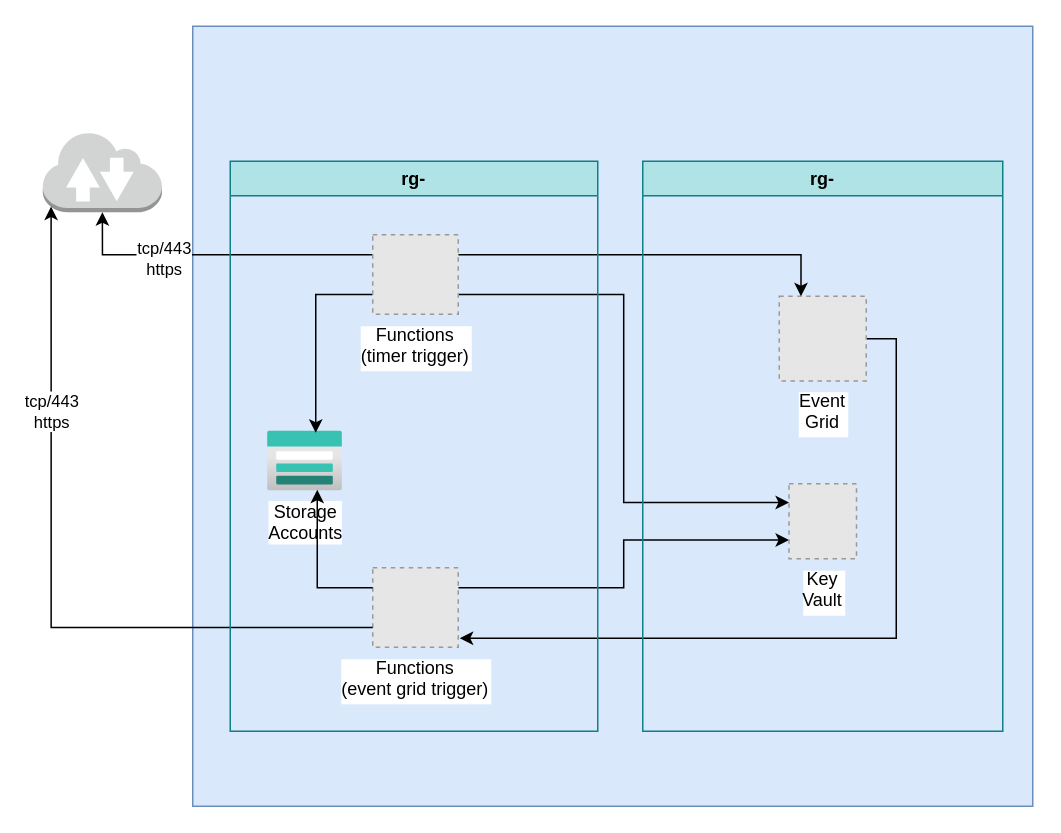
Before: folio/content/ops/arch.drawio in muteheadlight/folio-hugo, a draw.io diagram. Source tidied: cells renumbered, new cells numbered last; positions are measured from the earlier drawing's top-left corner, leaving out a move shared by most shapes. Both pictures are drawn from the tidied source at 150%, with x=0, y=0 at pixel (42, 26). Pictures stored in the file or linked from it are replaced by grey dashed boxes.
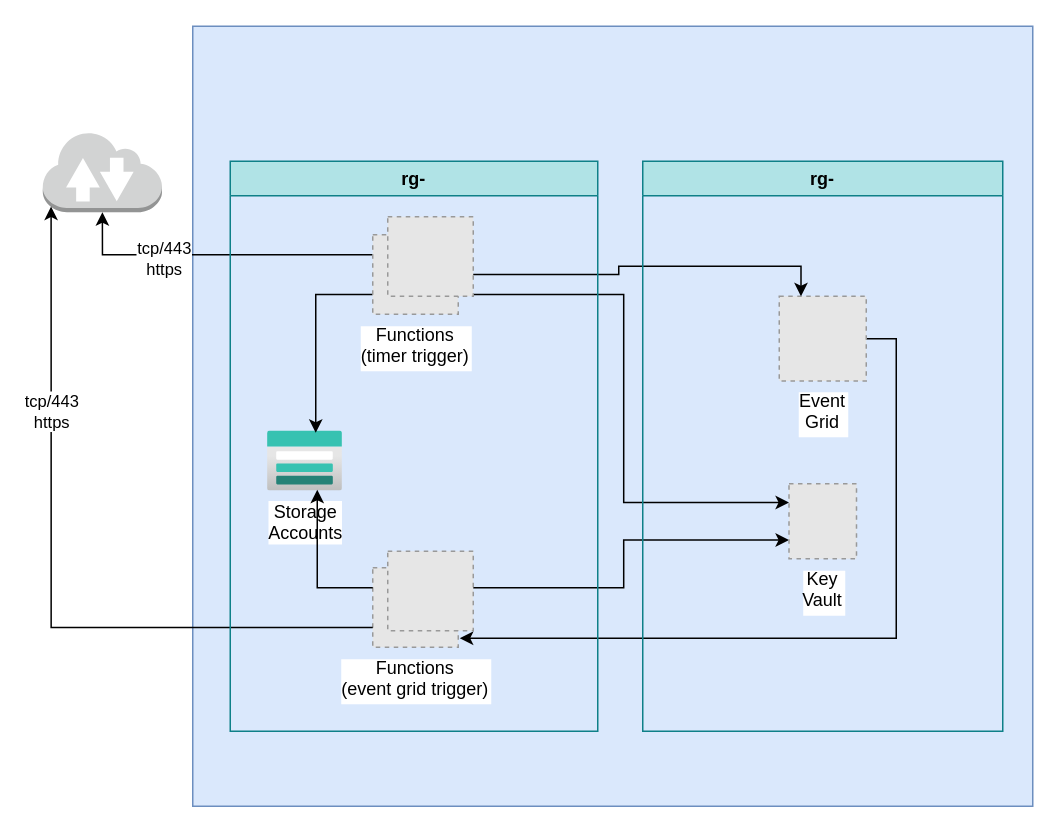
The same page after the edit.

Commit message (it also covers changes not shown here):
update arch diagram

The change refers to these unchanged cells:
```xml
<mxCell id="4" value="Event&#10;Grid" style="fillColor=#E6E6E6;strokeColor=#999999;dashed=1;verticalLabelPosition=bottom;labelBackgroundColor=#ffffff;verticalAlign=top;" parent="1" vertex="1">
  <mxGeometry x="491" y="180" width="58" height="56.5" as="geometry" />
</mxCell>
<mxCell id="17" value="rg-" style="swimlane;whiteSpace=wrap;html=1;fillColor=#b0e3e6;strokeColor=#0e8088;" parent="1" vertex="1">
  <mxGeometry x="125" y="90" width="245" height="380" as="geometry" />
</mxCell>
<mxCell id="18" value="Functions&#10;(timer trigger)" style="fillColor=#E6E6E6;strokeColor=#999999;dashed=1;verticalLabelPosition=bottom;labelBackgroundColor=#ffffff;verticalAlign=top;" parent="17" vertex="1">
  <mxGeometry x="95" y="49" width="57" height="53" as="geometry" />
</mxCell>
```

Change to the diagram source:
```diff
@@
-    <mxCell id="8" style="edgeStyle=orthogonalEdgeStyle;rounded=0;jettySize=auto;html=1;exitX=1;exitY=0.25;exitDx=0;exitDy=0;entryX=0.25;entryY=0;entryDx=0;entryDy=0;" parent="1" edge="1" source="18" target="4">
+    <mxCell id="8" style="edgeStyle=orthogonalEdgeStyle;rounded=0;jettySize=auto;html=1;entryX=0.25;entryY=0;entryDx=0;entryDy=0;" parent="1" edge="1" source="18" target="4">
       <mxGeometry relative="1" as="geometry" />
     </mxCell>
@@
+    <mxCell id="21" style="fillColor=#E6E6E6;strokeColor=#999999;dashed=1;verticalLabelPosition=bottom;labelBackgroundColor=#ffffff;verticalAlign=top;" parent="17" vertex="1">
+      <mxGeometry x="105" y="260" width="57" height="53" as="geometry" />
+    </mxCell>
+    <mxCell id="22" style="fillColor=#E6E6E6;strokeColor=#999999;dashed=1;verticalLabelPosition=bottom;labelBackgroundColor=#ffffff;verticalAlign=top;" parent="17" vertex="1">
+      <mxGeometry x="105" y="37" width="57" height="53" as="geometry" />
+    </mxCell>
```
